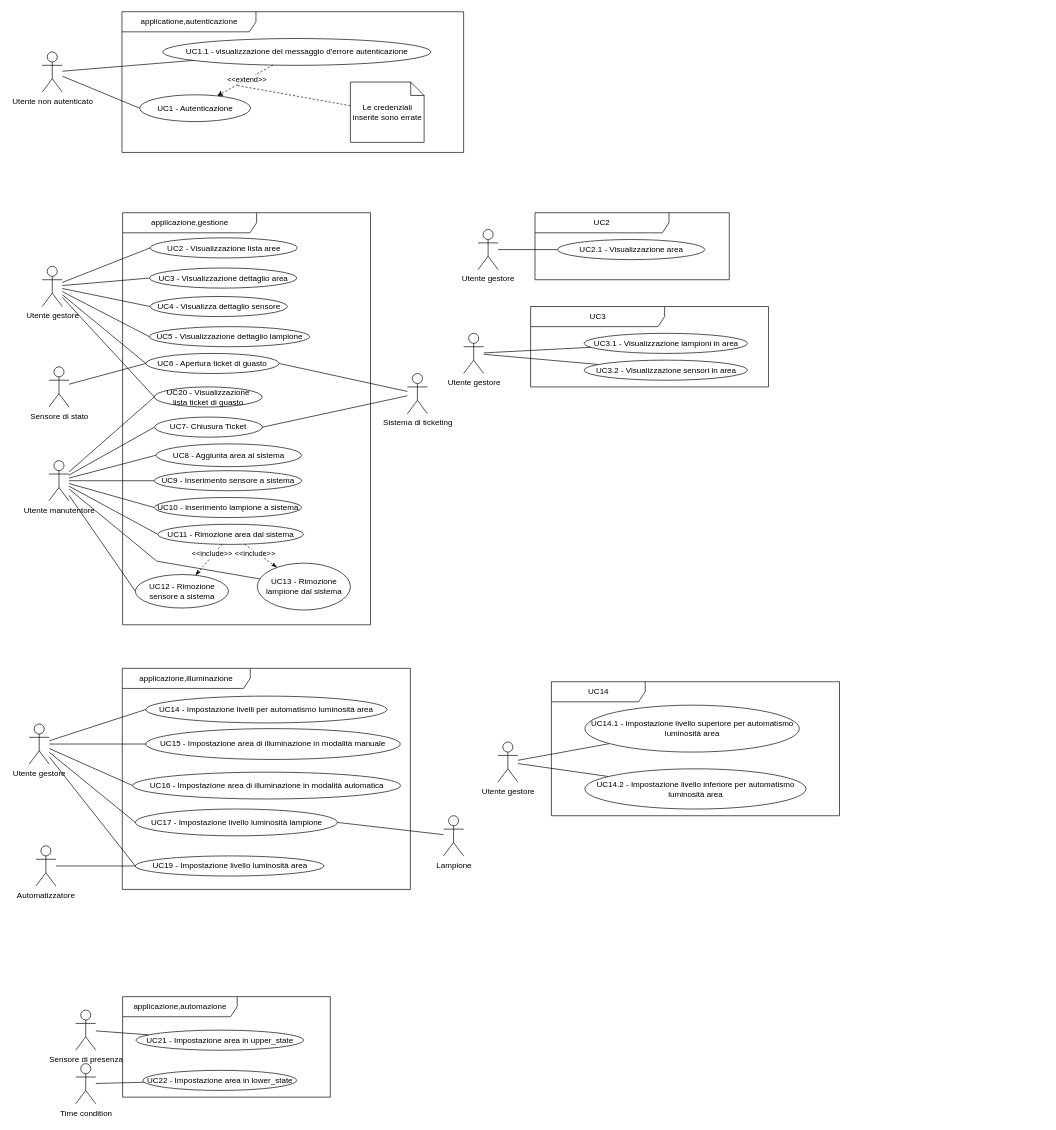
The draw.io diagram page "OK" (1 of 8) of casi_uso_grafici.drawio in SWEasabi/analisi-dei-requisiti, before the edit. Source tidied: cells renumbered, new cells numbered last; positions are measured from the earlier drawing's top-left corner, leaving out a move shared by most shapes. Both pictures are drawn from the tidied source at 67%, with x=0, y=0 at pixel (29, 11).
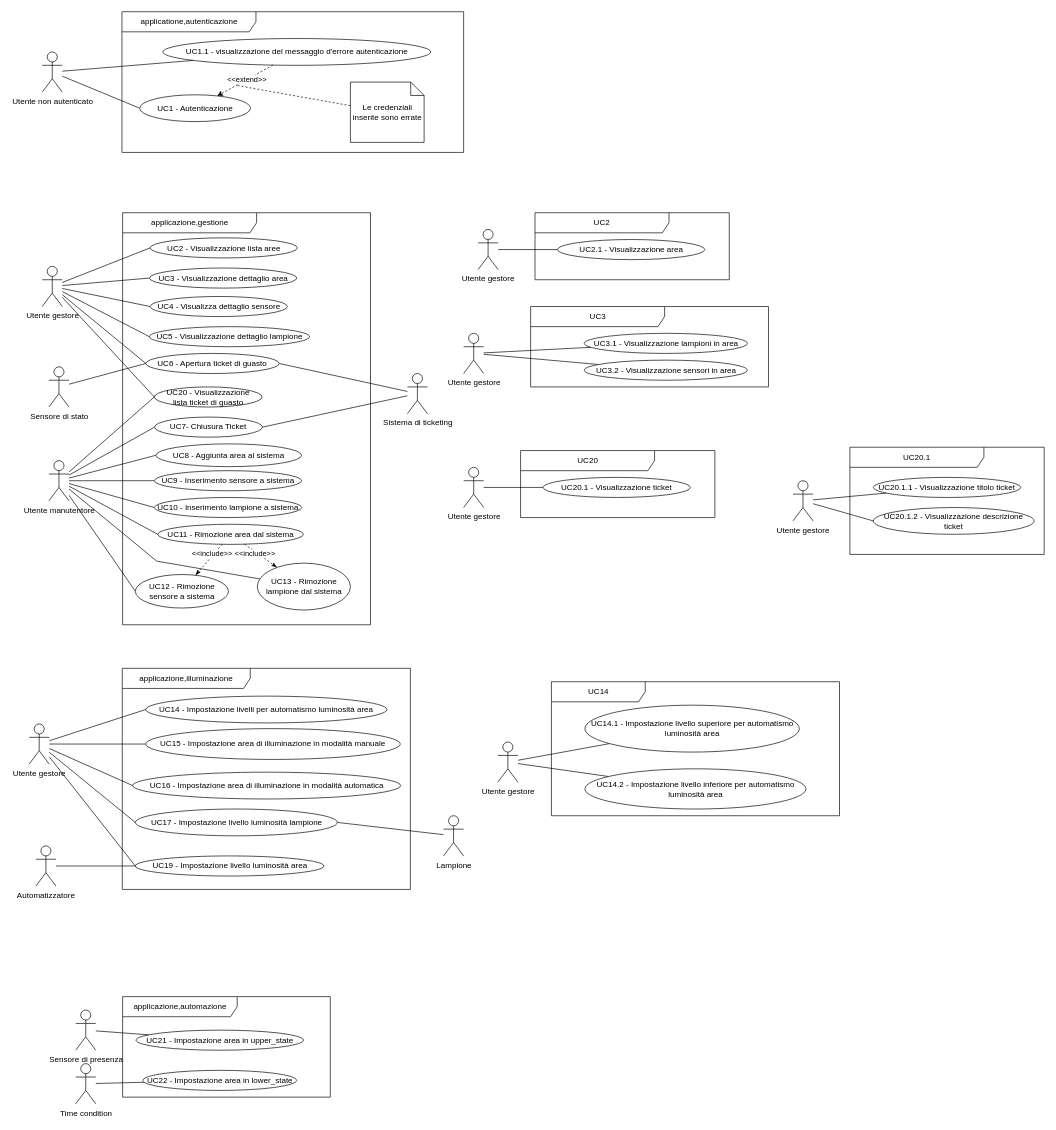
The same diagram, later.

Commit message:
aggiunto uc20 graficamente

What changed in the source:
```diff
@@
+    <mxCell id="90" value="UC20" style="shape=umlFrame;whiteSpace=wrap;html=1;width=200;height=30;" parent="1" vertex="1">
+      <mxGeometry x="733.5" y="655" width="290" height="100" as="geometry" />
+    </mxCell>
+    <mxCell id="91" value="Utente gestore" style="shape=umlActor;verticalLabelPosition=bottom;verticalAlign=top;html=1;outlineConnect=0;gradientColor=none;" parent="1" vertex="1">
+      <mxGeometry x="648.5" y="680" width="30" height="60" as="geometry" />
+    </mxCell>
+    <mxCell id="92" value="UC20.1 - Visualizzazione ticket" style="ellipse;whiteSpace=wrap;html=1;" parent="1" vertex="1">
+      <mxGeometry x="767" y="695" width="220" height="30" as="geometry" />
+    </mxCell>
+    <mxCell id="93" style="edgeStyle=none;rounded=0;jumpStyle=none;jumpSize=15;jettySize=auto;html=1;endArrow=none;endFill=0;" parent="1" edge="1" source="91" target="92">
+      <mxGeometry relative="1" as="geometry" />
+    </mxCell>
+    <mxCell id="94" value="UC20.1" style="shape=umlFrame;whiteSpace=wrap;html=1;width=200;height=30;" parent="1" vertex="1">
+      <mxGeometry x="1225" y="650" width="290" height="160" as="geometry" />
+    </mxCell>
+    <mxCell id="95" value="Utente gestore" style="shape=umlActor;verticalLabelPosition=bottom;verticalAlign=top;html=1;outlineConnect=0;gradientColor=none;" parent="1" vertex="1">
+      <mxGeometry x="1140" y="700" width="30" height="60" as="geometry" />
+    </mxCell>
+    <mxCell id="96" value="UC20.1.1 - Visualizzazione titolo ticket" style="ellipse;whiteSpace=wrap;html=1;" parent="1" vertex="1">
+      <mxGeometry x="1260" y="695" width="220" height="30" as="geometry" />
+    </mxCell>
+    <mxCell id="97" style="edgeStyle=none;rounded=0;jumpStyle=none;jumpSize=15;jettySize=auto;html=1;endArrow=none;endFill=0;" parent="1" edge="1" source="95" target="96">
+      <mxGeometry relative="1" as="geometry" />
+    </mxCell>
+    <mxCell id="98" value="UC20.1.2 - Visualizzazione descrizione ticket" style="ellipse;whiteSpace=wrap;html=1;" parent="1" vertex="1">
+      <mxGeometry x="1260" y="740" width="240" height="40" as="geometry" />
+    </mxCell>
+    <mxCell id="99" style="edgeStyle=none;rounded=0;jumpStyle=none;jumpSize=15;jettySize=auto;html=1;endArrow=none;endFill=0;entryX=0;entryY=0.5;entryDx=0;entryDy=0;" parent="1" edge="1" source="95" target="98">
+      <mxGeometry relative="1" as="geometry" />
+    </mxCell>
```
